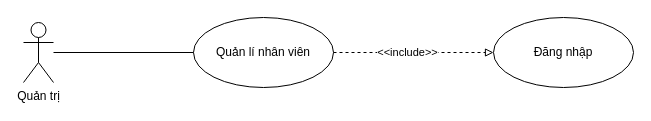
EdgarIgnite16/OOAD-Project keeps this draw.io diagram as page "Page-7" (7 of 8) of DIG_Usecase.drawio. Above is the earlier version. Source tidied: cells renumbered, new cells numbered last; positions are measured from the earlier drawing's top-left corner, leaving out a move shared by most shapes. Both pictures are drawn from the tidied source at 100%, with x=0, y=0 at pixel (23, 17).
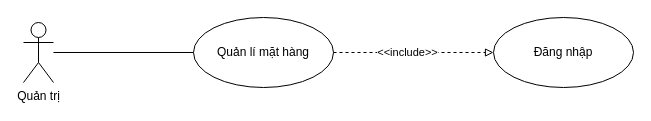
After the change.

What changed in the source:
```diff
@@
 <mxGraphModel>
   <root>
     <mxCell id="0" />
     <mxCell id="1" parent="0" />
-    <mxCell id="2" value="Quản lí&amp;nbsp;nhân viên" style="ellipse;whiteSpace=wrap;html=1;" parent="1" vertex="1">
+    <mxCell id="2" value="Quản lí mặt hàng" style="ellipse;whiteSpace=wrap;html=1;" parent="1" vertex="1">
       <mxGeometry x="170" width="140" height="70" as="geometry" />
     </mxCell>
     <mxCell id="3" style="edgeStyle=none;rounded=0;jettySize=auto;html=1;endArrow=none;endFill=0;startArrow=none;startFill=0;" parent="1" edge="1" source="4" target="2">
       <mxGeometry relative="1" as="geometry" />
     </mxCell>
     <mxCell id="4" value="Quản trị" style="shape=umlActor;verticalLabelPosition=bottom;verticalAlign=top;html=1;outlineConnect=0;" parent="1" vertex="1">
       <mxGeometry y="5" width="30" height="60" as="geometry" />
     </mxCell>
     <mxCell id="5" value="Đăng nhập" style="ellipse;whiteSpace=wrap;html=1;" parent="1" vertex="1">
       <mxGeometry x="470" width="140" height="70" as="geometry" />
     </mxCell>
     <mxCell id="6" value="&amp;lt;&amp;lt;include&amp;gt;&amp;gt;" style="rounded=0;jettySize=auto;html=1;endArrow=block;endFill=0;dashed=1;" parent="1" edge="1" source="2" target="5">
       <mxGeometry x="-0.07" relative="1" as="geometry" />
     </mxCell>
   </root>
 </mxGraphModel>
```
